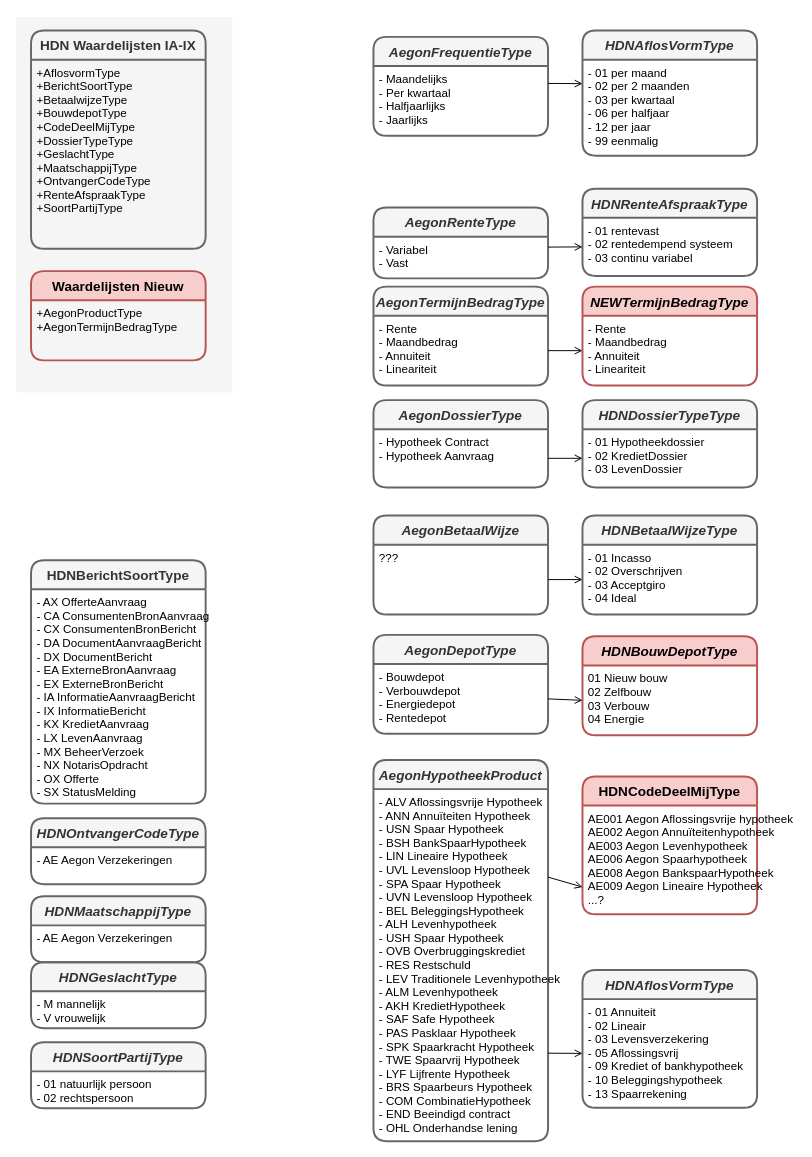
The draw.io diagram page "Waardelijsten" (9 of 10) of 3rdParty-HDN.drawio in luchthandel/diagrams, before the edit. Source tidied: cells renumbered, new cells numbered last; positions are measured from the earlier drawing's top-left corner, leaving out a move shared by most shapes. Both pictures are drawn from the tidied source at 97%, with x=0, y=0 at pixel (16, 16).
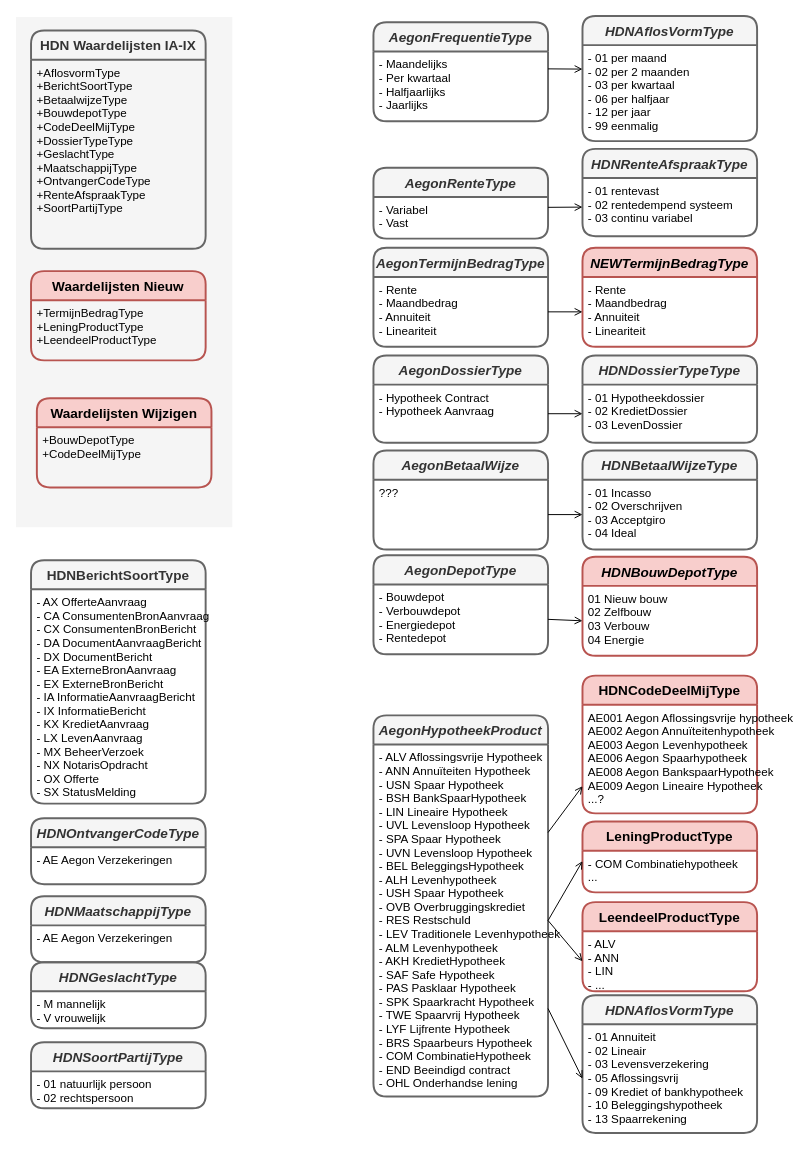
The same page after the edit.

The change refers to these unchanged cells:
```xml
<mxCell id="34" value="- ALV Aflossingsvrije Hypotheek  &#10;- ANN Annuïteiten Hypotheek &#10;- USN Spaar Hypotheek  &#10;- BSH BankSpaarHypotheek &#10;- LIN Lineaire Hypotheek &#10;- UVL Levensloop Hypotheek  &#10;- SPA Spaar Hypotheek  &#10;- UVN Levensloop Hypotheek  &#10;- BEL BeleggingsHypotheek   &#10;- ALH Levenhypotheek   &#10;- USH Spaar Hypotheek  &#10;- OVB Overbruggingskrediet  &#10;- RES Restschuld&#10;- LEV Traditionele Levenhypotheek&#10;- ALM Levenhypotheek   &#10;- AKH KredietHypotheek  &#10;- SAF Safe Hypotheek   &#10;- PAS Pasklaar Hypotheek &#10;- SPK Spaarkracht Hypotheek &#10;- TWE Spaarvrij Hypotheek   &#10;- LYF Lijfrente Hypotheek   &#10;- BRS Spaarbeurs Hypotheek  &#10;- COM CombinatieHypotheek   &#10;- END Beeindigd contract &#10;- OHL Onderhandse lening " style="align=left;strokeColor=none;fillColor=none;spacingLeft=4;fontSize=12;verticalAlign=top;" parent="33" vertex="1">
  <mxGeometry y="30" width="180" height="363" as="geometry" />
</mxCell>
<mxCell id="46" value="Waardelijsten Nieuw" style="swimlane;horizontal=1;startSize=30;fillColor=#f8cecc;rounded=1;fontSize=14;fontStyle=1;strokeWidth=2;shadow=0;dashed=0;align=center;strokeColor=#b85450;" parent="1" vertex="1">
  <mxGeometry x="15.5" y="262" width="180" height="92" as="geometry" />
</mxCell>
```

Change to the diagram source:
```diff
@@
     <mxCell id="2" style="rounded=0;whiteSpace=wrap;html=1;dashed=1;strokeColor=none;fillColor=#f5f5f5;fontSize=10;align=center;fontColor=#333333;" parent="1" vertex="1">
-      <mxGeometry width="223" height="387" as="geometry" />
+      <mxGeometry width="223" height="526" as="geometry" />
     </mxCell>
@@
     <mxCell id="5" value="AegonDepotType" style="swimlane;horizontal=1;startSize=30;fillColor=#f5f5f5;fontColor=#333333;rounded=1;fontSize=14;fontStyle=3;strokeWidth=2;shadow=0;dashed=0;align=center;strokeColor=#666666;" parent="1" vertex="1">
-      <mxGeometry x="368.5" y="637" width="180" height="102" as="geometry" />
+      <mxGeometry x="368.5" y="555" width="180" height="102" as="geometry" />
     </mxCell>
@@
     <mxCell id="7" value="AegonRenteType" style="swimlane;horizontal=1;startSize=30;fillColor=#f5f5f5;fontColor=#333333;rounded=1;fontSize=14;fontStyle=3;strokeWidth=2;shadow=0;dashed=0;align=center;strokeColor=#666666;" parent="1" vertex="1">
-      <mxGeometry x="368.5" y="196.5" width="180" height="73" as="geometry" />
+      <mxGeometry x="368.5" y="155.5" width="180" height="73" as="geometry" />
     </mxCell>
@@
     <mxCell id="9" value="AegonFrequentieType" style="swimlane;horizontal=1;startSize=30;fillColor=#f5f5f5;fontColor=#333333;rounded=1;fontSize=14;fontStyle=3;strokeWidth=2;shadow=0;dashed=0;align=center;strokeColor=#666666;" parent="1" vertex="1">
-      <mxGeometry x="368.5" y="20.5" width="180" height="102" as="geometry" />
+      <mxGeometry x="368.5" y="5.5" width="180" height="102" as="geometry" />
     </mxCell>
@@
     <mxCell id="11" value="AegonTermijnBedragType" style="swimlane;horizontal=1;startSize=30;fillColor=#f5f5f5;fontColor=#333333;rounded=1;fontSize=14;fontStyle=3;strokeWidth=2;shadow=0;dashed=0;align=center;strokeColor=#666666;" parent="1" vertex="1">
-      <mxGeometry x="368.5" y="278" width="180" height="102" as="geometry" />
+      <mxGeometry x="368.5" y="238" width="180" height="102" as="geometry" />
     </mxCell>
@@
     <mxCell id="15" value="HDNAflosVormType" style="swimlane;horizontal=1;startSize=30;fillColor=#f5f5f5;fontColor=#333333;rounded=1;fontSize=14;fontStyle=3;strokeWidth=2;shadow=0;dashed=0;align=center;strokeColor=#666666;" parent="1" vertex="1">
-      <mxGeometry x="584" y="982.5" width="180" height="142" as="geometry" />
+      <mxGeometry x="584" y="1008.5" width="180" height="142" as="geometry" />
     </mxCell>
@@
     <mxCell id="17" value="HDNBetaalWijzeType" style="swimlane;horizontal=1;startSize=30;fillColor=#f5f5f5;fontColor=#333333;rounded=1;fontSize=14;fontStyle=3;strokeWidth=2;shadow=0;dashed=0;align=center;strokeColor=#666666;" parent="1" vertex="1">
-      <mxGeometry x="584" y="514" width="180" height="102" as="geometry" />
+      <mxGeometry x="584" y="447" width="180" height="102" as="geometry" />
     </mxCell>
@@
     <mxCell id="19" value="HDNAflosVormType" style="swimlane;horizontal=1;startSize=30;fillColor=#f5f5f5;fontColor=#333333;rounded=1;fontSize=14;fontStyle=3;strokeWidth=2;shadow=0;dashed=0;align=center;strokeColor=#666666;" parent="1" vertex="1">
-      <mxGeometry x="584" y="14" width="180" height="129" as="geometry" />
+      <mxGeometry x="584" y="-1" width="180" height="129" as="geometry" />
     </mxCell>
@@
     <mxCell id="22" value="HDNCodeDeelMijType" style="swimlane;horizontal=1;startSize=30;fillColor=#f8cecc;rounded=1;fontSize=14;fontStyle=1;strokeWidth=2;shadow=0;dashed=0;align=center;strokeColor=#b85450;" parent="1" vertex="1">
-      <mxGeometry x="584" y="783" width="180" height="142" as="geometry" />
+      <mxGeometry x="584" y="679" width="180" height="142" as="geometry" />
     </mxCell>
@@
     <mxCell id="30" value="HDNRenteAfspraakType" style="swimlane;horizontal=1;startSize=30;fillColor=#f5f5f5;fontColor=#333333;rounded=1;fontSize=14;fontStyle=3;strokeWidth=2;shadow=0;dashed=0;align=center;strokeColor=#666666;" parent="1" vertex="1">
-      <mxGeometry x="584" y="177" width="180" height="90" as="geometry" />
+      <mxGeometry x="584" y="136" width="180" height="90" as="geometry" />
     </mxCell>
@@
     <mxCell id="33" value="AegonHypotheekProduct" style="swimlane;horizontal=1;startSize=30;fillColor=#f5f5f5;fontColor=#333333;rounded=1;fontSize=14;fontStyle=3;strokeWidth=2;shadow=0;dashed=0;align=center;strokeColor=#666666;" parent="1" vertex="1">
-      <mxGeometry x="368.5" y="766" width="180" height="393" as="geometry" />
+      <mxGeometry x="368.5" y="720" width="180" height="393" as="geometry" />
     </mxCell>
@@
     <mxCell id="36" value="NEWTermijnBedragType" style="swimlane;horizontal=1;startSize=30;fillColor=#f8cecc;rounded=1;fontSize=14;fontStyle=3;strokeWidth=2;shadow=0;dashed=0;align=center;strokeColor=#b85450;" parent="1" vertex="1">
-      <mxGeometry x="584" y="278" width="180" height="102" as="geometry" />
+      <mxGeometry x="584" y="238" width="180" height="102" as="geometry" />
     </mxCell>
@@
     <mxCell id="39" value="HDNBouwDepotType" style="swimlane;horizontal=1;startSize=30;fillColor=#f8cecc;rounded=1;fontSize=14;fontStyle=3;strokeWidth=2;shadow=0;dashed=0;align=center;strokeColor=#b85450;" parent="1" vertex="1">
-      <mxGeometry x="584" y="638.5" width="180" height="102" as="geometry" />
+      <mxGeometry x="584" y="556.5" width="180" height="102" as="geometry" />
     </mxCell>
@@
     <mxCell id="44" value="AegonBetaalWijze" style="swimlane;horizontal=1;startSize=30;fillColor=#f5f5f5;fontColor=#333333;rounded=1;fontSize=14;fontStyle=3;strokeWidth=2;shadow=0;dashed=0;align=center;strokeColor=#666666;" parent="1" vertex="1">
-      <mxGeometry x="368.5" y="514" width="180" height="102" as="geometry" />
+      <mxGeometry x="368.5" y="447" width="180" height="102" as="geometry" />
     </mxCell>
@@
-    <mxCell id="47" value="+AegonProductType&#10;+AegonTermijnBedragType" style="align=left;strokeColor=none;fillColor=none;spacingLeft=4;fontSize=12;verticalAlign=top;" parent="46" vertex="1">
+    <mxCell id="47" value="+TermijnBedragType&#10;+LeningProductType&#10;+LeendeelProductType" style="align=left;strokeColor=none;fillColor=none;spacingLeft=4;fontSize=12;verticalAlign=top;" parent="46" vertex="1">
       <mxGeometry y="30" width="180" height="62" as="geometry" />
     </mxCell>
     <mxCell id="48" value="HDNDossierTypeType" style="swimlane;horizontal=1;startSize=30;fillColor=#f5f5f5;fontColor=#333333;rounded=1;fontSize=14;fontStyle=3;strokeWidth=2;shadow=0;dashed=0;align=center;strokeColor=#666666;" parent="1" vertex="1">
-      <mxGeometry x="584" y="395" width="180" height="90" as="geometry" />
+      <mxGeometry x="584" y="349" width="180" height="90" as="geometry" />
     </mxCell>
@@
     <mxCell id="51" value="AegonDossierType" style="swimlane;horizontal=1;startSize=30;fillColor=#f5f5f5;fontColor=#333333;rounded=1;fontSize=14;fontStyle=3;strokeWidth=2;shadow=0;dashed=0;align=center;strokeColor=#666666;" parent="1" vertex="1">
-      <mxGeometry x="368.5" y="395" width="180" height="90" as="geometry" />
+      <mxGeometry x="368.5" y="349" width="180" height="90" as="geometry" />
     </mxCell>
@@
+    <mxCell id="55" value="Waardelijsten Wijzigen" style="swimlane;horizontal=1;startSize=30;fillColor=#f8cecc;rounded=1;fontSize=14;fontStyle=1;strokeWidth=2;shadow=0;dashed=0;align=center;strokeColor=#b85450;" parent="1" vertex="1">
+      <mxGeometry x="21.5" y="393" width="180" height="92" as="geometry" />
+    </mxCell>
+    <mxCell id="56" value="+BouwDepotType&#10;+CodeDeelMijType" style="align=left;strokeColor=none;fillColor=none;spacingLeft=4;fontSize=12;verticalAlign=top;" parent="55" vertex="1">
+      <mxGeometry y="30" width="180" height="62" as="geometry" />
+    </mxCell>
+    <mxCell id="57" value="LeendeelProductType" style="swimlane;horizontal=1;startSize=30;fillColor=#f8cecc;rounded=1;fontSize=14;fontStyle=1;strokeWidth=2;shadow=0;dashed=0;align=center;strokeColor=#b85450;" parent="1" vertex="1">
+      <mxGeometry x="584" y="912.5" width="180" height="92" as="geometry" />
+    </mxCell>
+    <mxCell id="58" value="- ALV&#10;- ANN&#10;- LIN&#10;- ..." style="align=left;strokeColor=none;fillColor=none;spacingLeft=4;fontSize=12;verticalAlign=top;" parent="57" vertex="1">
+      <mxGeometry y="30" width="180" height="62" as="geometry" />
+    </mxCell>
+    <mxCell id="59" value="LeningProductType" style="swimlane;horizontal=1;startSize=30;fillColor=#f8cecc;rounded=1;fontSize=14;fontStyle=1;strokeWidth=2;shadow=0;dashed=0;align=center;strokeColor=#b85450;" parent="1" vertex="1">
+      <mxGeometry x="584" y="829.5" width="180" height="73" as="geometry" />
+    </mxCell>
+    <mxCell id="60" value="- COM Combinatiehypotheek&#10;..." style="align=left;strokeColor=none;fillColor=none;spacingLeft=4;fontSize=12;verticalAlign=top;" parent="59" vertex="1">
+      <mxGeometry y="30" width="180" height="43" as="geometry" />
+    </mxCell>
+    <mxCell id="61" style="edgeStyle=none;rounded=0;jettySize=auto;html=1;exitX=1;exitY=0.5;exitDx=0;exitDy=0;entryX=0;entryY=0.5;entryDx=0;entryDy=0;endArrow=open;endFill=0;fontSize=10;" parent="1" edge="1" source="34" target="58">
+      <mxGeometry relative="1" as="geometry" />
+    </mxCell>
+    <mxCell id="62" style="edgeStyle=none;rounded=0;jettySize=auto;html=1;exitX=1;exitY=0.5;exitDx=0;exitDy=0;entryX=0;entryY=0.25;entryDx=0;entryDy=0;endArrow=open;endFill=0;fontSize=10;" parent="1" edge="1" source="34" target="60">
+      <mxGeometry relative="1" as="geometry" />
+    </mxCell>
```
